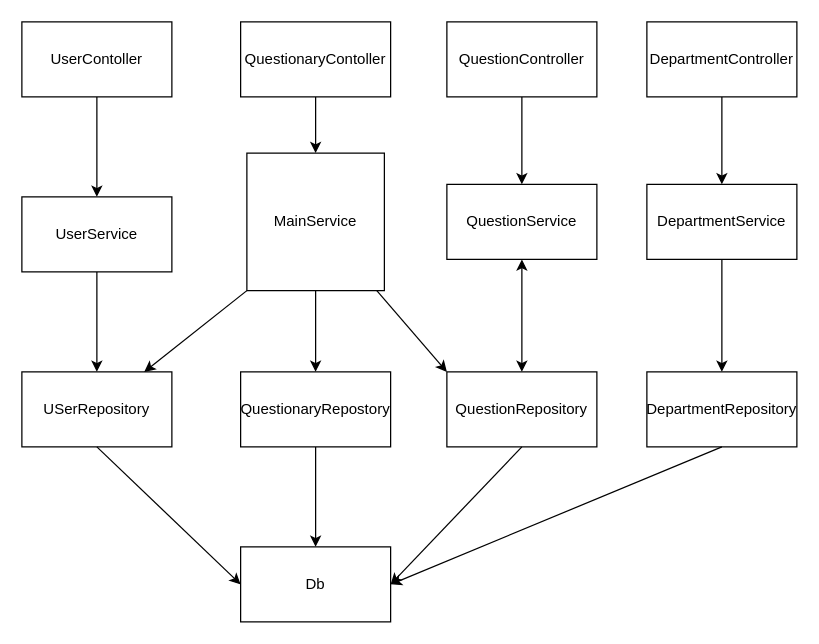
The draw.io diagram Untitled Diagram.drawio in Darklight1985/job4j_articles, before the edit. Source tidied: cells renumbered, new cells numbered last; positions are measured from the earlier drawing's top-left corner, leaving out a move shared by most shapes. Both pictures are drawn from the tidied source at 125%, with x=0, y=0 at pixel (21, 21).
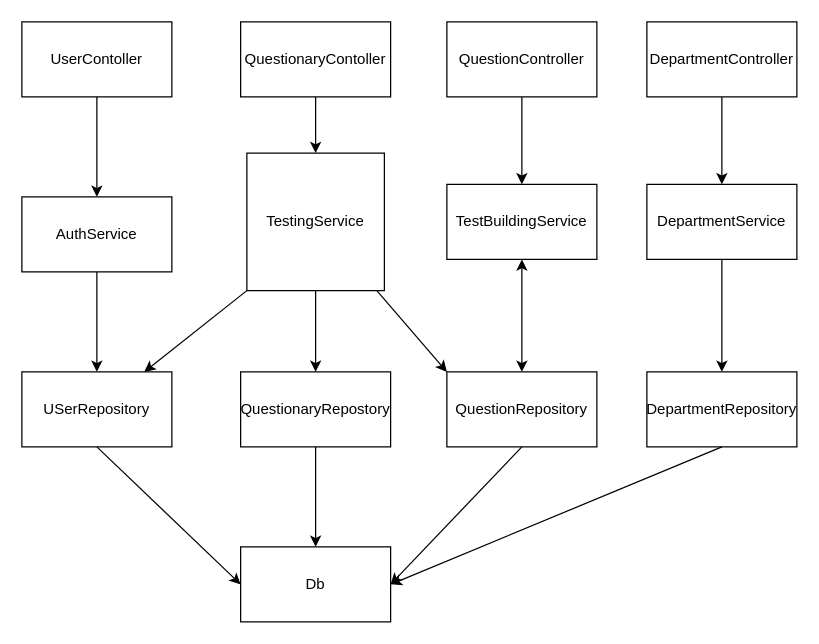
After the change.

The edit, as a diff of the source:
```diff
@@
-    <mxCell id="5" value="MainService" style="whiteSpace=wrap;html=1;" parent="1" vertex="1">
+    <mxCell id="5" value="TestingService" style="whiteSpace=wrap;html=1;" parent="1" vertex="1">
       <mxGeometry x="180" y="105" width="110" height="110" as="geometry" />
     </mxCell>
@@
-    <mxCell id="7" value="UserService" style="rounded=0;whiteSpace=wrap;html=1;" parent="1" vertex="1">
+    <mxCell id="7" value="AuthService" style="rounded=0;whiteSpace=wrap;html=1;" parent="1" vertex="1">
       <mxGeometry y="140" width="120" height="60" as="geometry" />
     </mxCell>
-    <mxCell id="8" value="QuestionService" style="rounded=0;whiteSpace=wrap;html=1;" parent="1" vertex="1">
+    <mxCell id="8" value="TestBuildingService" style="rounded=0;whiteSpace=wrap;html=1;" parent="1" vertex="1">
       <mxGeometry x="340" y="130" width="120" height="60" as="geometry" />
     </mxCell>
```
